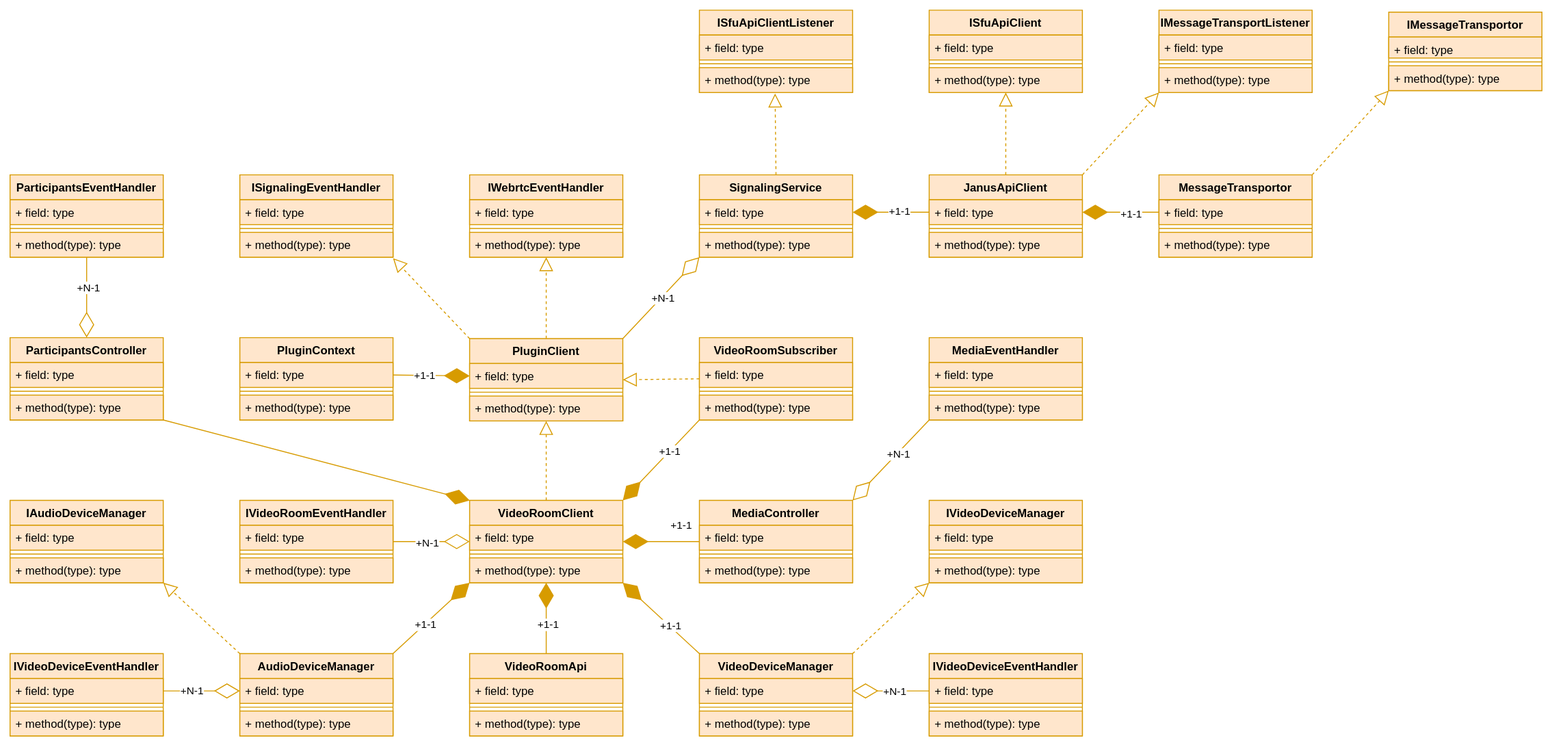
ouxianghui/janus-client keeps this draw.io diagram as arch.svg. Above is the earlier version. Source tidied: cells renumbered, new cells last; positions are measured from the earlier drawing's top-left corner, leaving out a move shared by most shapes.
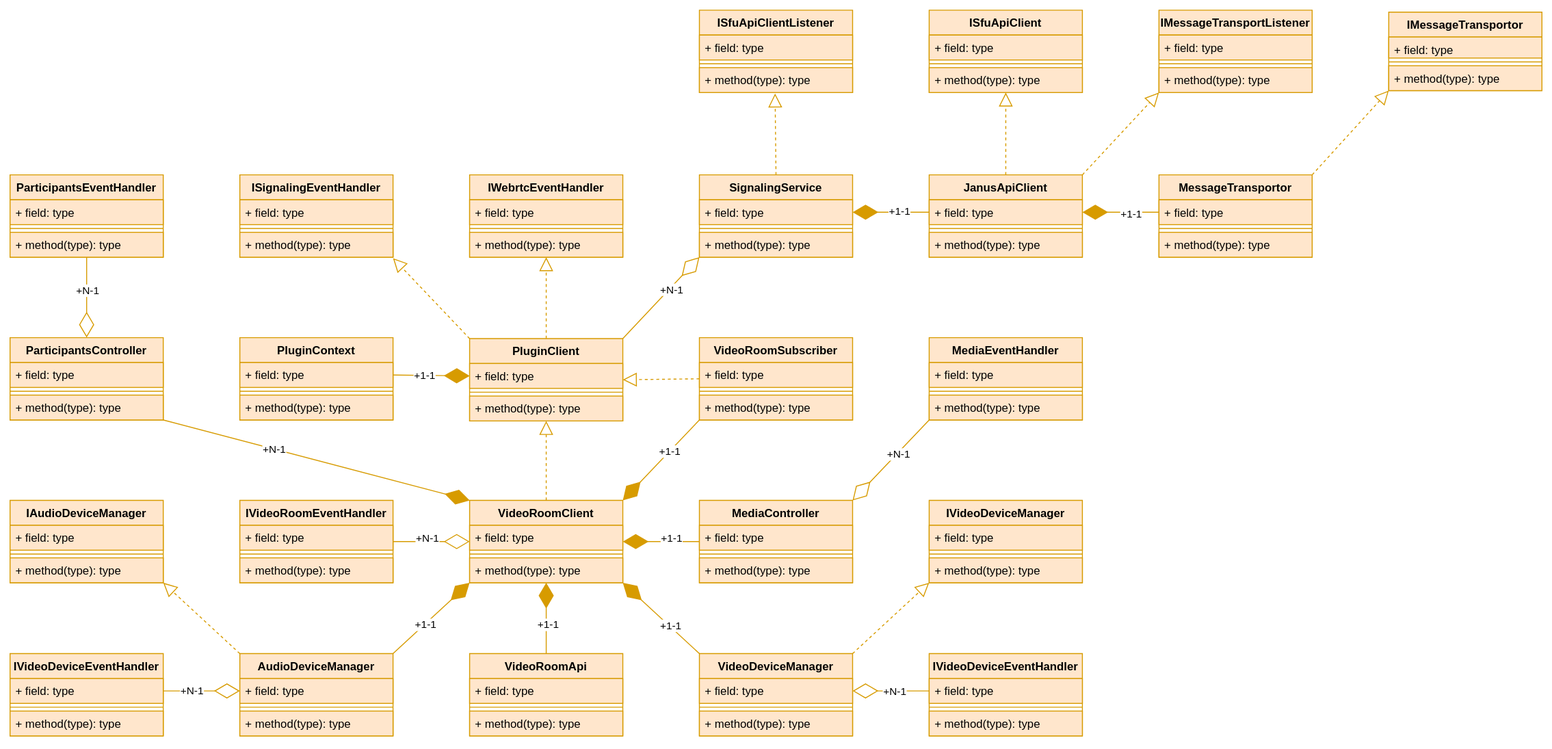
The same file after the commit.

The edit, as a diff of the source:
```diff
@@ -205,7 +205,7 @@
     </mxCell>
     <mxCell id="69" value="+1-1" style="edgeLabel;html=1;align=center;verticalAlign=middle;" parent="68" vertex="1">
       <mxGeometry x="-0.13" y="-1" relative="1" as="geometry">
-        <mxPoint x="15" y="-17" as="offset" />
+        <mxPoint x="5" y="-3" as="offset" />
       </mxGeometry>
     </mxCell>
     <mxCell id="70" value="AudioDeviceManager" style="swimlane;fontStyle=1;align=center;verticalAlign=top;horizontal=1;startSize=26;fillColor=#ffe6cc;strokeColor=#d79b00;" parent="1" vertex="1">
@@ -278,13 +278,17 @@
       <mxGeometry relative="1" as="geometry" />
     </mxCell>
     <mxCell id="93" value="+N-1" style="edgeLabel;html=1;align=center;verticalAlign=middle;" parent="92" vertex="1">
-      <mxGeometry x="-0.12" y="-1" relative="1" as="geometry" />
+      <mxGeometry x="-0.12" y="-1" relative="1" as="geometry">
+        <mxPoint y="-5" as="offset" />
+      </mxGeometry>
     </mxCell>
     <mxCell id="94" style="endArrow=diamondThin;endFill=0;endSize=24;html=1;rounded=0;entryX=0;entryY=1;entryDx=0;entryDy=0;entryPerimeter=0;fillColor=#ffe6cc;strokeColor=#d79b00;exitX=1;exitY=0;exitDx=0;exitDy=0;" parent="1" edge="1" source="14" target="5">
       <mxGeometry relative="1" as="geometry" />
     </mxCell>
     <mxCell id="95" value="+N-1" style="edgeLabel;html=1;align=center;verticalAlign=middle;" parent="94" vertex="1">
-      <mxGeometry x="0.01" y="-1" relative="1" as="geometry" />
+      <mxGeometry x="0.01" y="-1" relative="1" as="geometry">
+        <mxPoint x="9" y="-9" as="offset" />
+      </mxGeometry>
     </mxCell>
     <mxCell id="96" value="IVideoDeviceEventHandler" style="swimlane;fontStyle=1;align=center;verticalAlign=top;horizontal=1;startSize=26;fillColor=#ffe6cc;strokeColor=#d79b00;" parent="1" vertex="1">
       <mxGeometry y="672" width="160" height="86" as="geometry" />
@@ -385,6 +389,9 @@
     <mxCell id="128" style="endArrow=diamondThin;endFill=1;endSize=24;html=1;rounded=0;exitX=1;exitY=1;exitDx=0;exitDy=0;exitPerimeter=0;entryX=0;entryY=0;entryDx=0;entryDy=0;fillColor=#ffe6cc;strokeColor=#d79b00;" parent="1" edge="1" source="127" target="46">
       <mxGeometry relative="1" as="geometry" />
     </mxCell>
+    <mxCell id="141" value="+N-1" style="edgeLabel;html=1;align=center;verticalAlign=middle;" parent="128" vertex="1">
+      <mxGeometry x="-0.28" relative="1" as="geometry" />
+    </mxCell>
     <mxCell id="129" value="ParticipantsEventHandler" style="swimlane;fontStyle=1;align=center;verticalAlign=top;horizontal=1;startSize=26;fillColor=#ffe6cc;strokeColor=#d79b00;" parent="1" vertex="1">
       <mxGeometry y="172" width="160" height="86" as="geometry" />
     </mxCell>
@@ -413,7 +420,9 @@
       <mxGeometry relative="1" as="geometry" />
     </mxCell>
     <mxCell id="138" value="+N-1" style="edgeLabel;html=1;align=center;verticalAlign=middle;" parent="137" vertex="1">
-      <mxGeometry x="-0.26" y="1" relative="1" as="geometry" />
+      <mxGeometry x="-0.26" y="1" relative="1" as="geometry">
+        <mxPoint x="-1" y="3" as="offset" />
+      </mxGeometry>
     </mxCell>
     <mxCell id="139" style="endArrow=diamondThin;endFill=0;endSize=24;html=1;rounded=0;exitX=0;exitY=1;exitDx=0;exitDy=0;entryX=1;entryY=0;entryDx=0;entryDy=0;fillColor=#ffe6cc;strokeColor=#d79b00;" parent="1" edge="1" source="133" target="6">
       <mxGeometry relative="1" as="geometry" />
```
